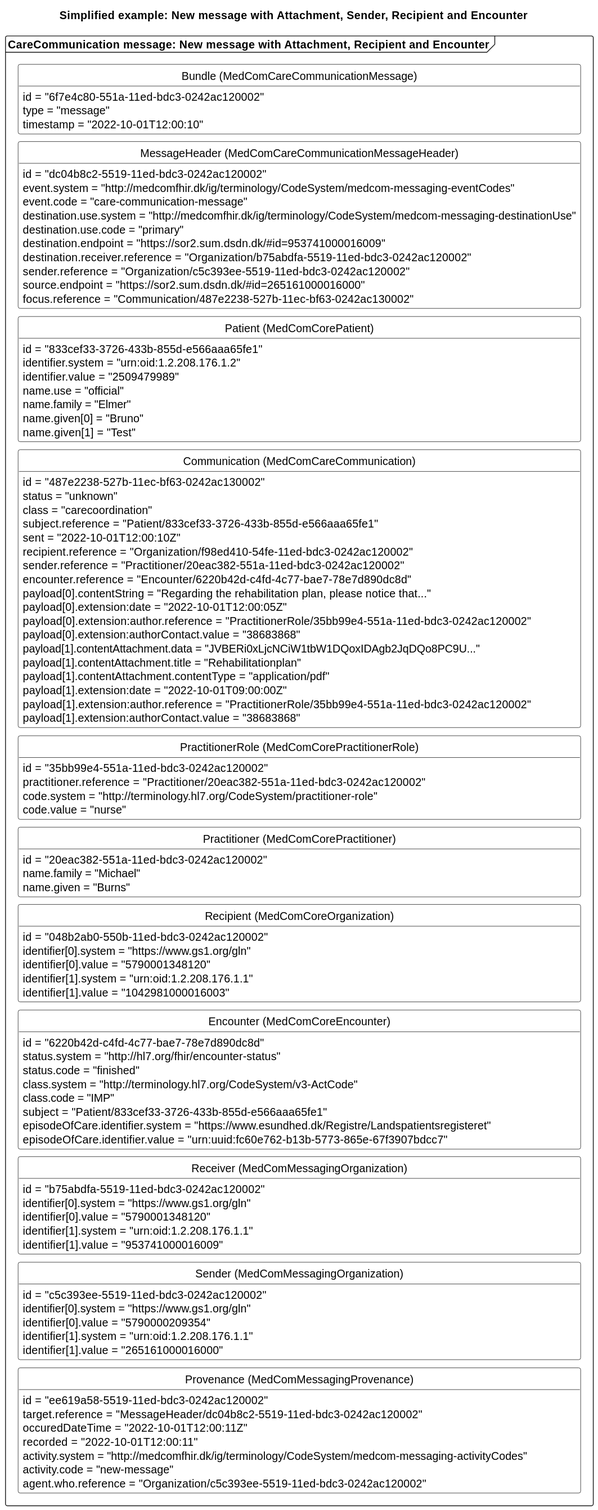
Above: input/images/carecommunication/CCNewMessageAtt.svg in medcomdk/dk-medcom-carecommunication (PlantUML), before the change.
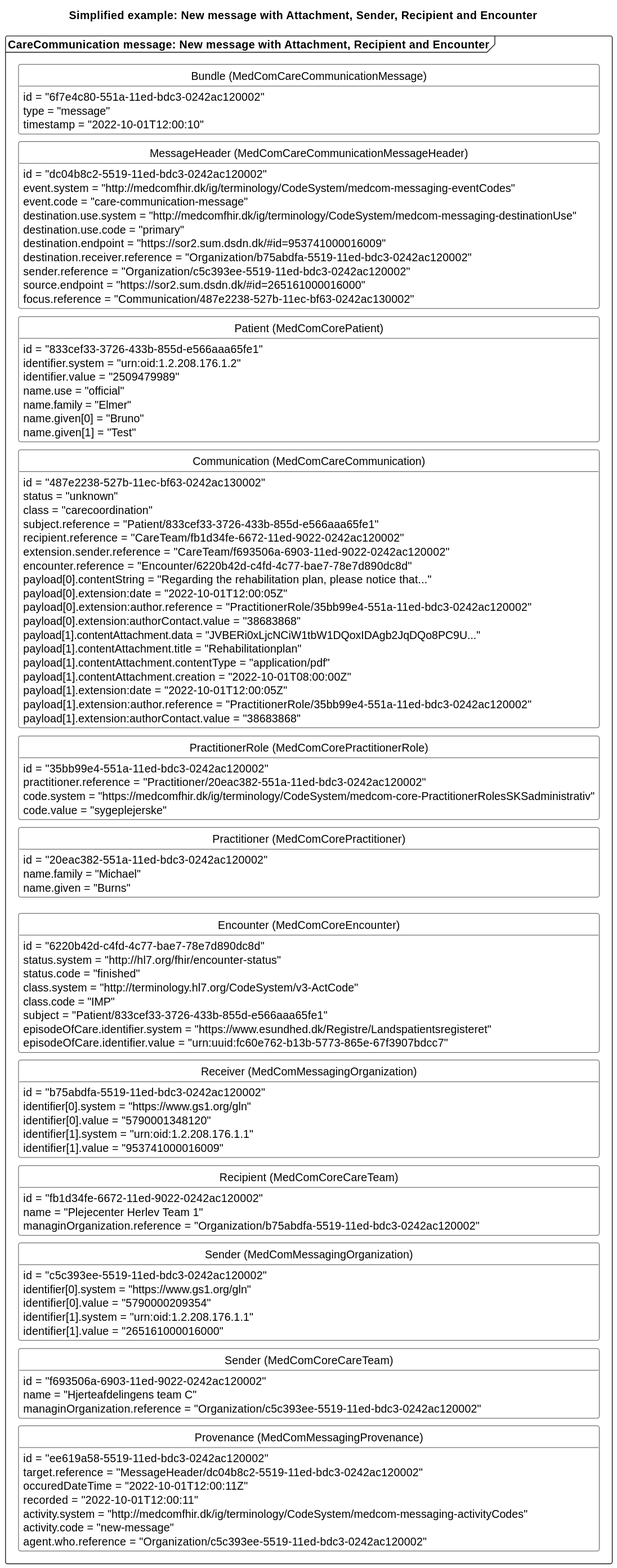
After the commit.

The edit, as a diff of the source:
```diff
@@ -45,9 +45,8 @@
         status = "unknown"
         class = "carecoordination"
         subject.reference = "Patient/833cef33-3726-433b-855d-e566aaa65fe1"
-        sent = "2022-10-01T12:00:10Z"
-        recipient.reference = "Organization/f98ed410-54fe-11ed-bdc3-0242ac120002"
-        sender.reference = "Practitioner/20eac382-551a-11ed-bdc3-0242ac120002"
+        recipient.reference = "CareTeam/fb1d34fe-6672-11ed-9022-0242ac120002"
+        extension.sender.reference = "CareTeam/f693506a-6903-11ed-9022-0242ac120002"
         encounter.reference = "Encounter/6220b42d-c4fd-4c77-bae7-78e7d890dc8d"
         payload[0].contentString = "Regarding the rehabilitation plan, please notice that..."
         payload[0].extension:date = "2022-10-01T12:00:05Z"
@@ -56,27 +55,21 @@
         payload[1].contentAttachment.data = "JVBERi0xLjcNCiW1tbW1DQoxIDAgb2JqDQo8PC9U..."
         payload[1].contentAttachment.title = "Rehabilitationplan"
         payload[1].contentAttachment.contentType = "application/pdf"
-        payload[1].extension:date = "2022-10-01T09:00:00Z"
+        payload[1].contentAttachment.creation = "2022-10-01T08:00:00Z"
+        payload[1].extension:date = "2022-10-01T12:00:05Z"
         payload[1].extension:author.reference = "PractitionerRole/35bb99e4-551a-11ed-bdc3-0242ac120002"
         payload[1].extension:authorContact.value = "38683868"
     }
     class "PractitionerRole (MedComCorePractitionerRole)" as newPracR{
         id = "35bb99e4-551a-11ed-bdc3-0242ac120002"
         practitioner.reference = "Practitioner/20eac382-551a-11ed-bdc3-0242ac120002"
-        code.system = "http://terminology.hl7.org/CodeSystem/practitioner-role"
-        code.value = "nurse"
+        code.system = "https://medcomfhir.dk/ig/terminology/CodeSystem/medcom-core-PractitionerRolesSKSadministrativ"
+        code.value = "sygeplejerske"
     }
     class "Practitioner (MedComCorePractitioner)" as newPrac{
         id = "20eac382-551a-11ed-bdc3-0242ac120002"
         name.family = "Michael"
         name.given = "Burns"
-    }
-    class "Recipient (MedComCoreOrganization)" as recipientOrg{
-        id = "048b2ab0-550b-11ed-bdc3-0242ac120002"
-        identifier[0].system = "https://www.gs1.org/gln"
-        identifier[0].value = "5790001348120"
-        identifier[1].system = "urn:oid:1.2.208.176.1.1"
-        identifier[1].value = "1042981000016003"
     }
     class "Encounter (MedComCoreEncounter)" as newEnc{
         id = "6220b42d-c4fd-4c77-bae7-78e7d890dc8d"
@@ -95,12 +88,22 @@
         identifier[1].system = "urn:oid:1.2.208.176.1.1"
         identifier[1].value = "953741000016009"
     }
+    class "Recipient (MedComCoreCareTeam)" as recipientCare{
+        id = "fb1d34fe-6672-11ed-9022-0242ac120002"
+        name = "Plejecenter Herlev Team 1"
+        managinOrganization.reference = "Organization/b75abdfa-5519-11ed-bdc3-0242ac120002"
+    }
     class "Sender (MedComMessagingOrganization)" as newSOrg{
         id = "c5c393ee-5519-11ed-bdc3-0242ac120002"
         identifier[0].system = "https://www.gs1.org/gln"
         identifier[0].value = "5790000209354"
         identifier[1].system = "urn:oid:1.2.208.176.1.1"
         identifier[1].value = "265161000016000"
+    }
+    class "Sender (MedComCoreCareTeam)" as senderCare{
+        id = "f693506a-6903-11ed-9022-0242ac120002"
+        name = "Hjerteafdelingens team C"
+        managinOrganization.reference = "Organization/c5c393ee-5519-11ed-bdc3-0242ac120002"
     }
     class "Provenance (MedComMessagingProvenance)" as newPRO{
         id = "ee619a58-5519-11ed-bdc3-0242ac120002"
@@ -117,11 +120,12 @@
 newPT-[hidden]-newCom
 newCom -[hidden]-newPracR
 newPracR-[hidden]-newPrac
-newPrac-[hidden]-recipientOrg
-recipientOrg-[hidden]-newEnc
+newPrac-[hidden]--newEnc
 newEnc-[hidden]-newROrg
-newROrg-[hidden]- newSOrg
-newSOrg-[hidden]-newPRO
+newROrg-[hidden]-recipientCare
+recipientCare-[hidden]-newSOrg
+newSOrg-[hidden]-senderCare
+senderCare-[hidden]-newPRO
 
 
 @enduml
```
